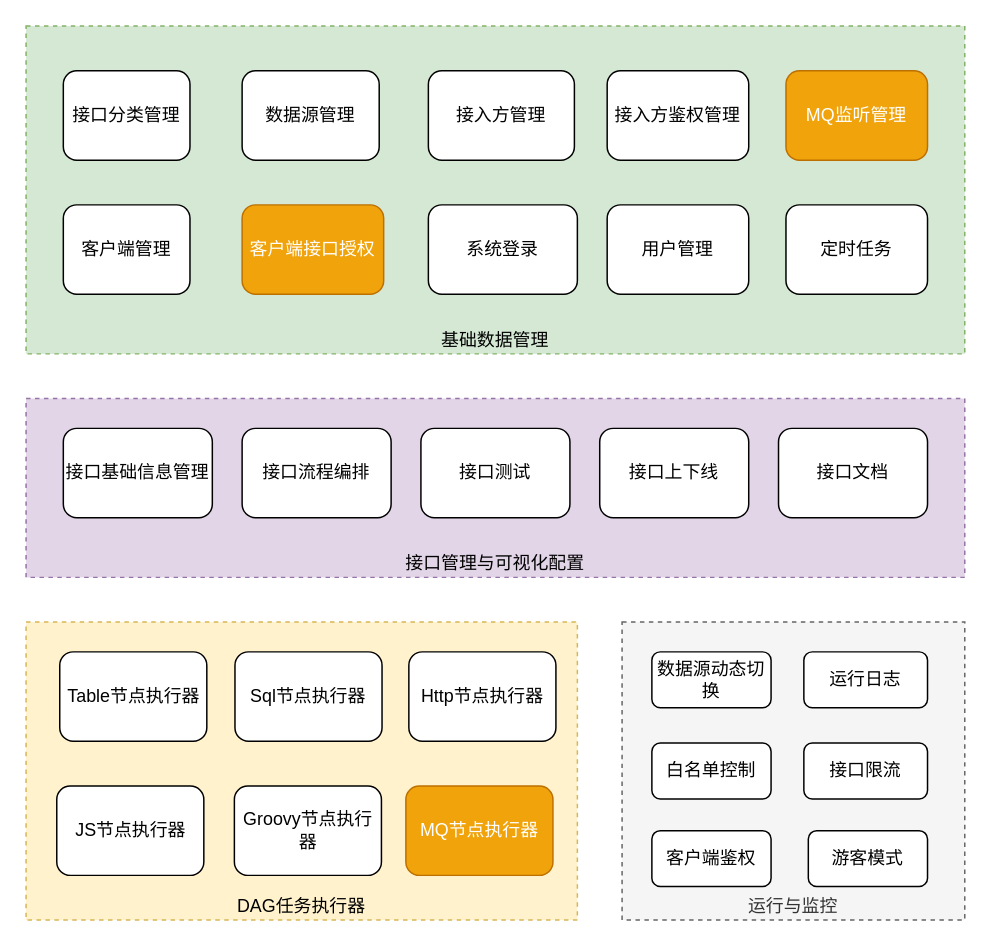
icarusliu/flowstone-api keeps this draw.io diagram as page "系统功能架构" (1 of 5) of docs/架构图.drawio. Above is the earlier version. Source tidied: cells renumbered, new cells numbered last; positions are measured from the earlier drawing's top-left corner, leaving out a move shared by most shapes. Both pictures are drawn from the tidied source at 149%, with x=0, y=0 at pixel (25, 25).
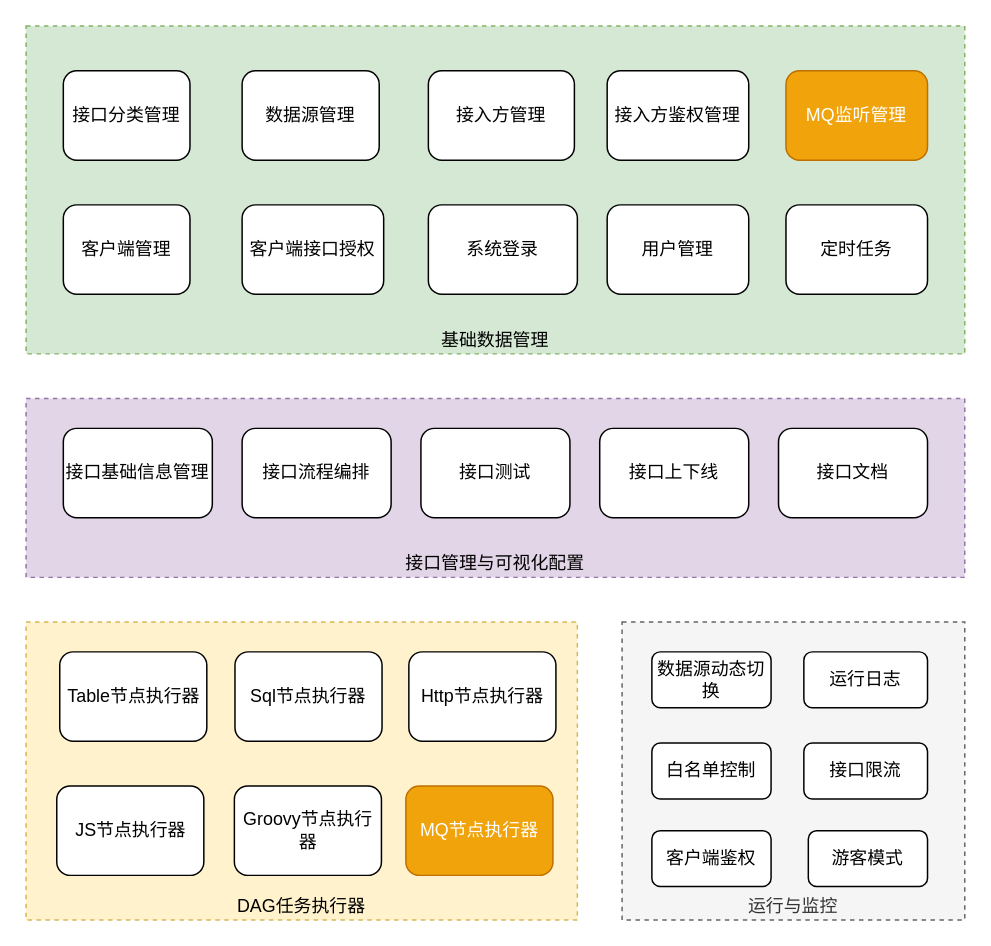
Above is the later version.

The change refers to these unchanged cells:
```xml
<mxCell id="22" style="group;" parent="1" vertex="1">
  <mxGeometry width="630" height="220" as="geometry" />
</mxCell>
```

What changed in the source:
```diff
@@
-    <mxCell id="33" value="客户端接口授权" style="rounded=1;whiteSpace=wrap;html=1;fillColor=#f0a30a;strokeColor=#BD7000;fontColor=#FFFFFF;" parent="22" vertex="1">
+    <mxCell id="33" value="客户端接口授权" style="rounded=1;whiteSpace=wrap;html=1;" parent="22" vertex="1">
       <mxGeometry x="145" y="120" width="95" height="60" as="geometry" />
     </mxCell>
```
